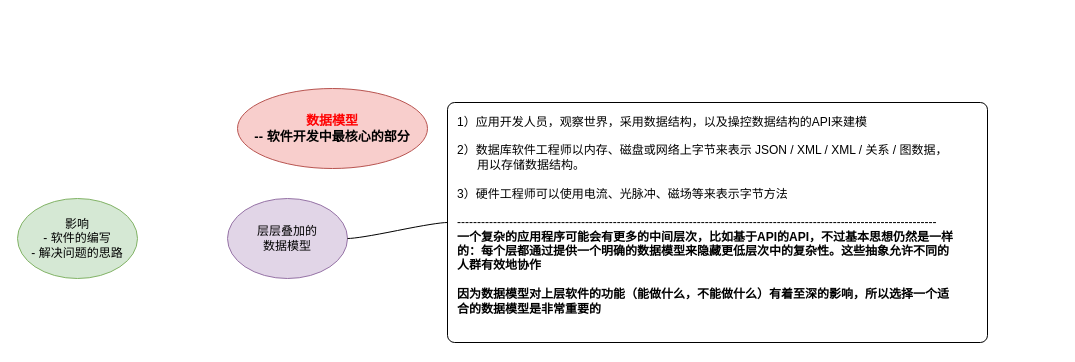
Earlier version of the draw.io diagram 设计数据密集型应用.drawio (ljq199612/diagram). Source tidied: cells renumbered, new cells numbered last; positions are measured from the earlier drawing's top-left corner, leaving out a move shared by most shapes. Both pictures are drawn from the tidied source at 100%, with x=0, y=0 at pixel (17, 88).
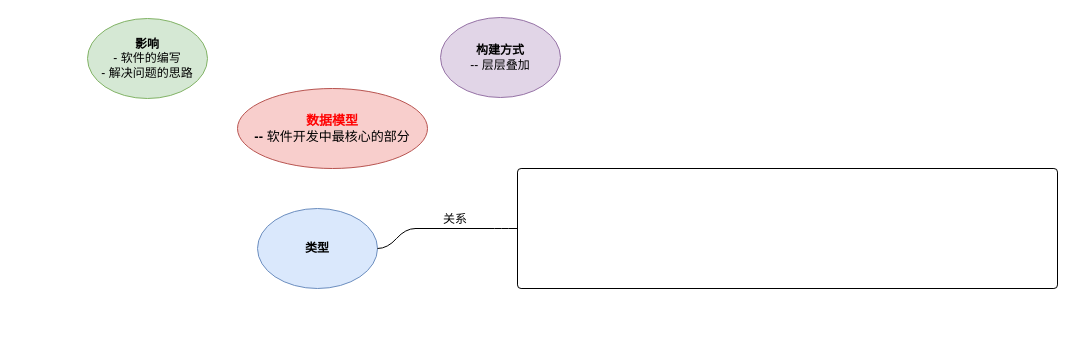
The same page after the edit.

Commit message (it also covers changes not shown here):
更新设计数据密集型应用.drawio

Change to the diagram source:
```diff
@@
 <mxGraphModel>
   <root>
     <mxCell id="0" />
     <mxCell id="1" parent="0" />
-    <mxCell id="2" value="&lt;div style=&quot;font-size: 13px;&quot;&gt;&lt;b&gt;&lt;font style=&quot;font-size: 13px;&quot; color=&quot;#ff0000&quot;&gt;数据模型&lt;/font&gt;&lt;br&gt;-- 软件开发中最核心的部分&lt;br&gt;&lt;/b&gt;&lt;/div&gt;" style="ellipse;whiteSpace=wrap;html=1;fillColor=#f8cecc;strokeColor=#b85450;" parent="1" vertex="1">
+    <mxCell id="2" value="&lt;div style=&quot;font-size: 13px;&quot;&gt;&lt;b&gt;&lt;font style=&quot;font-size: 13px;&quot; color=&quot;#ff0000&quot;&gt;数据模型&lt;/font&gt;&lt;br&gt;-- &lt;/b&gt;软件开发中最核心的部分&lt;b&gt;&lt;br&gt;&lt;/b&gt;&lt;/div&gt;" style="ellipse;whiteSpace=wrap;html=1;fillColor=#f8cecc;strokeColor=#b85450;" parent="1" vertex="1">
       <mxGeometry x="220" width="190" height="80" as="geometry" />
     </mxCell>
-    <mxCell id="3" value="&lt;div&gt;影响&lt;/div&gt;&lt;div&gt;- 软件的编写&lt;/div&gt;&lt;div&gt;- 解决问题的思路&lt;br&gt;&lt;/div&gt;" style="ellipse;whiteSpace=wrap;html=1;fillColor=#d5e8d4;strokeColor=#82b366;" parent="1" vertex="1">
-      <mxGeometry y="110" width="120" height="80" as="geometry" />
+    <mxCell id="3" value="&lt;div&gt;&lt;b&gt;影响&lt;/b&gt;&lt;/div&gt;&lt;div&gt;- 软件的编写&lt;/div&gt;&lt;div&gt;- 解决问题的思路&lt;br&gt;&lt;/div&gt;" style="ellipse;whiteSpace=wrap;html=1;fillColor=#d5e8d4;strokeColor=#82b366;" parent="1" vertex="1">
+      <mxGeometry x="70" y="-70" width="120" height="80" as="geometry" />
     </mxCell>
-    <mxCell id="4" value="&lt;div&gt;层层叠加的&lt;/div&gt;&lt;div&gt;数据模型&lt;/div&gt;" style="ellipse;whiteSpace=wrap;html=1;fillColor=#e1d5e7;strokeColor=#9673a6;" parent="1" vertex="1">
-      <mxGeometry x="210" y="110" width="120" height="80" as="geometry" />
+    <mxCell id="4" value="&lt;div&gt;&lt;b&gt;构建方式&lt;/b&gt;&lt;/div&gt;-- 层层叠加" style="ellipse;whiteSpace=wrap;html=1;fillColor=#e1d5e7;strokeColor=#9673a6;" parent="1" vertex="1" collapsed="1">
+      <mxGeometry x="423" y="-71" width="120" height="80" as="geometry" />
     </mxCell>
-    <mxCell id="5" style="edgeStyle=entityRelationEdgeStyle;startArrow=none;endArrow=none;segment=10;curved=1;sourcePerimeterSpacing=0;targetPerimeterSpacing=0;rounded=0;exitX=1;exitY=0.5;exitDx=0;exitDy=0;" parent="1" edge="1" source="4" target="6">
-      <mxGeometry relative="1" as="geometry" />
-    </mxCell>
-    <mxCell id="6" value="&lt;div&gt;&lt;br&gt;&lt;/div&gt;&lt;div&gt;1）应用开发人员，观察世界，采用数据结构，以及操控数据结构的API来建模&lt;/div&gt;&lt;div&gt;&lt;br&gt;&lt;/div&gt;&lt;div&gt;2）数据库软件工程师以内存、磁盘或网络上字节来表示 JSON / XML / XML / 关系 / 图数据， &lt;br&gt;&lt;/div&gt;&lt;div&gt;&amp;nbsp;&amp;nbsp;&amp;nbsp;&amp;nbsp;&amp;nbsp; 用以存储数据结构。&lt;/div&gt;&lt;div&gt;&lt;br&gt;&lt;/div&gt;&lt;div&gt;3）硬件工程师可以使用电流、光脉冲、磁场等来表示字节方法&lt;/div&gt;&lt;div&gt;&lt;br&gt;&lt;/div&gt;&lt;div&gt;------------------------------------------------------------------------------------------------------------------------&lt;/div&gt;&lt;div&gt;&lt;div&gt;&lt;b&gt;一个复杂的应用程序可能会有更多的中间层次，比如基于API的API，不过基本思想仍然是一样&lt;/b&gt;&lt;/div&gt;&lt;div&gt;&lt;b&gt;的：每个层都通过提供一个明确的数据模型来隐藏更低层次中的复杂性。这些抽象允许不同的&lt;/b&gt;&lt;/div&gt;&lt;div&gt;&lt;b&gt;人群有效地协作&lt;/b&gt;&lt;/div&gt;&lt;div&gt;&lt;b&gt;&lt;br&gt;&lt;/b&gt;&lt;/div&gt;&lt;div&gt;&lt;b&gt;因为数据模型对上层软件的功能（能做什么，不能做什么）有着至深的影响，所以选择一个适&lt;/b&gt;&lt;/div&gt;&lt;div&gt;&lt;b&gt;合的数据模型是非常重要的&lt;/b&gt;&lt;/div&gt;&lt;div&gt;&lt;br&gt;&lt;br&gt;&lt;/div&gt;&lt;/div&gt;" style="rounded=1;whiteSpace=wrap;html=1;align=left;arcSize=3;spacingLeft=8;" parent="1" vertex="1">
-      <mxGeometry x="430" y="14" width="540" height="240" as="geometry" />
-    </mxCell>
+    <mxCell id="7" value="&lt;div&gt;&lt;b&gt;类型&lt;/b&gt;&lt;/div&gt;" style="ellipse;whiteSpace=wrap;html=1;fillColor=#dae8fc;strokeColor=#6c8ebf;" parent="1" vertex="1" collapsed="1">
+      <mxGeometry x="240" y="120" width="120" height="80" as="geometry" />
+    </mxCell>
+    <mxCell id="8" style="rounded=1;whiteSpace=wrap;html=1;align=left;arcSize=3;spacingLeft=8;" parent="1" vertex="1">
+      <mxGeometry x="500" y="80" width="540" height="120" as="geometry" />
+    </mxCell>
+    <mxCell id="9" value="&amp;nbsp;&amp;nbsp; 关系" style="whiteSpace=wrap;html=1;shape=partialRectangle;top=0;left=0;bottom=1;right=0;points=[[0,1],[1,1]];fillColor=none;align=center;verticalAlign=bottom;routingCenterY=0.5;snapToPoint=1;newEdgeStyle={&quot;edgeStyle&quot;:&quot;entityRelationEdgeStyle&quot;,&quot;startArrow&quot;:&quot;none&quot;,&quot;endArrow&quot;:&quot;none&quot;,&quot;segment&quot;:10,&quot;curved&quot;:1,&quot;sourcePerimeterSpacing&quot;:0,&quot;targetPerimeterSpacing&quot;:0};" parent="1" vertex="1">
+      <mxGeometry x="398" y="110" width="70" height="30" as="geometry" />
+    </mxCell>
+    <mxCell id="10" style="edgeStyle=entityRelationEdgeStyle;startArrow=none;endArrow=none;segment=10;curved=1;sourcePerimeterSpacing=0;targetPerimeterSpacing=0;rounded=0;" parent="1" edge="1" target="9">
+      <mxGeometry relative="1" as="geometry">
+        <mxPoint x="360" y="160" as="sourcePoint" />
+      </mxGeometry>
+    </mxCell>
+    <mxCell id="11" style="edgeStyle=entityRelationEdgeStyle;startArrow=none;endArrow=none;segment=10;curved=1;sourcePerimeterSpacing=0;targetPerimeterSpacing=0;rounded=0;" parent="1" edge="1" source="9" target="8">
+      <mxGeometry relative="1" as="geometry" />
+    </mxCell>
   </root>
 </mxGraphModel>
```
